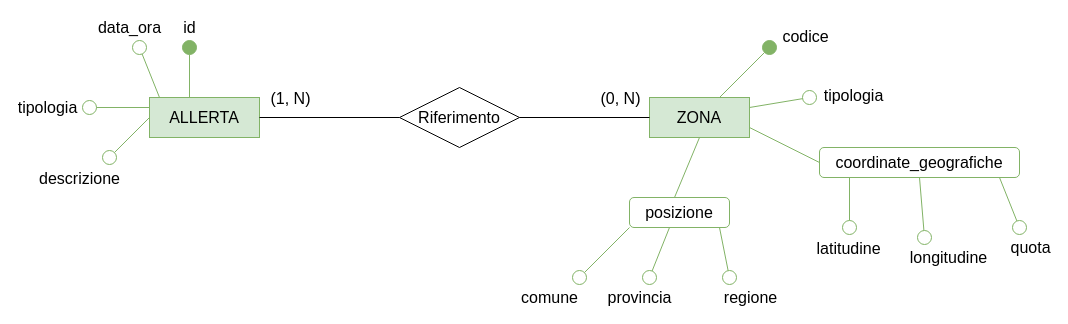
faffolao/ProgettoBD2022 keeps this draw.io diagram as page "Diag. Segnalazione" (5 of 7) of diagramma-er.drawio. Above is the earlier version. Source tidied: cells renumbered, new cells numbered last; positions are measured from the earlier drawing's top-left corner, leaving out a move shared by most shapes. Both pictures are drawn from the tidied source at 100%, with x=0, y=0 at pixel (89, 47).
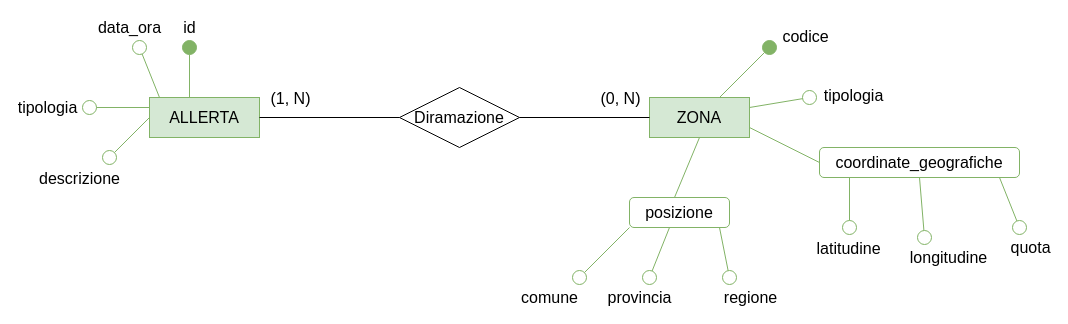
Above is the later version.

Diff of the diagram source:
```diff
@@
-    <mxCell id="16" value="Riferimento" style="shape=rhombus;perimeter=rhombusPerimeter;whiteSpace=wrap;html=1;align=center;fontSize=16;fillColor=none;" parent="1" vertex="1">
+    <mxCell id="16" value="Diramazione" style="shape=rhombus;perimeter=rhombusPerimeter;whiteSpace=wrap;html=1;align=center;fontSize=16;fillColor=none;" parent="1" vertex="1">
       <mxGeometry x="310" y="40" width="120" height="60" as="geometry" />
     </mxCell>
```
